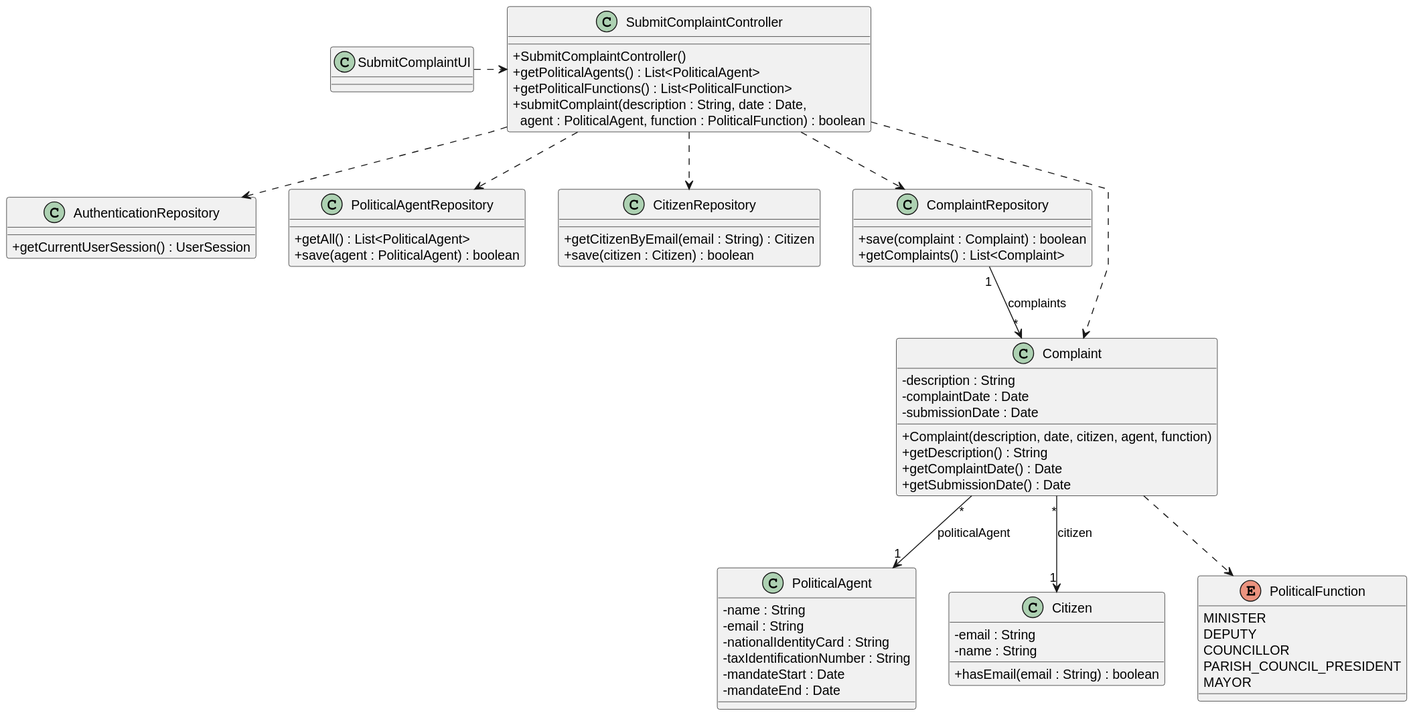
brunodspinto/crystal-clear-platform keeps this PlantUML diagram as docs/system-documentation/US12/03.design/svg/US12-CD.svg. Above is the earlier version.
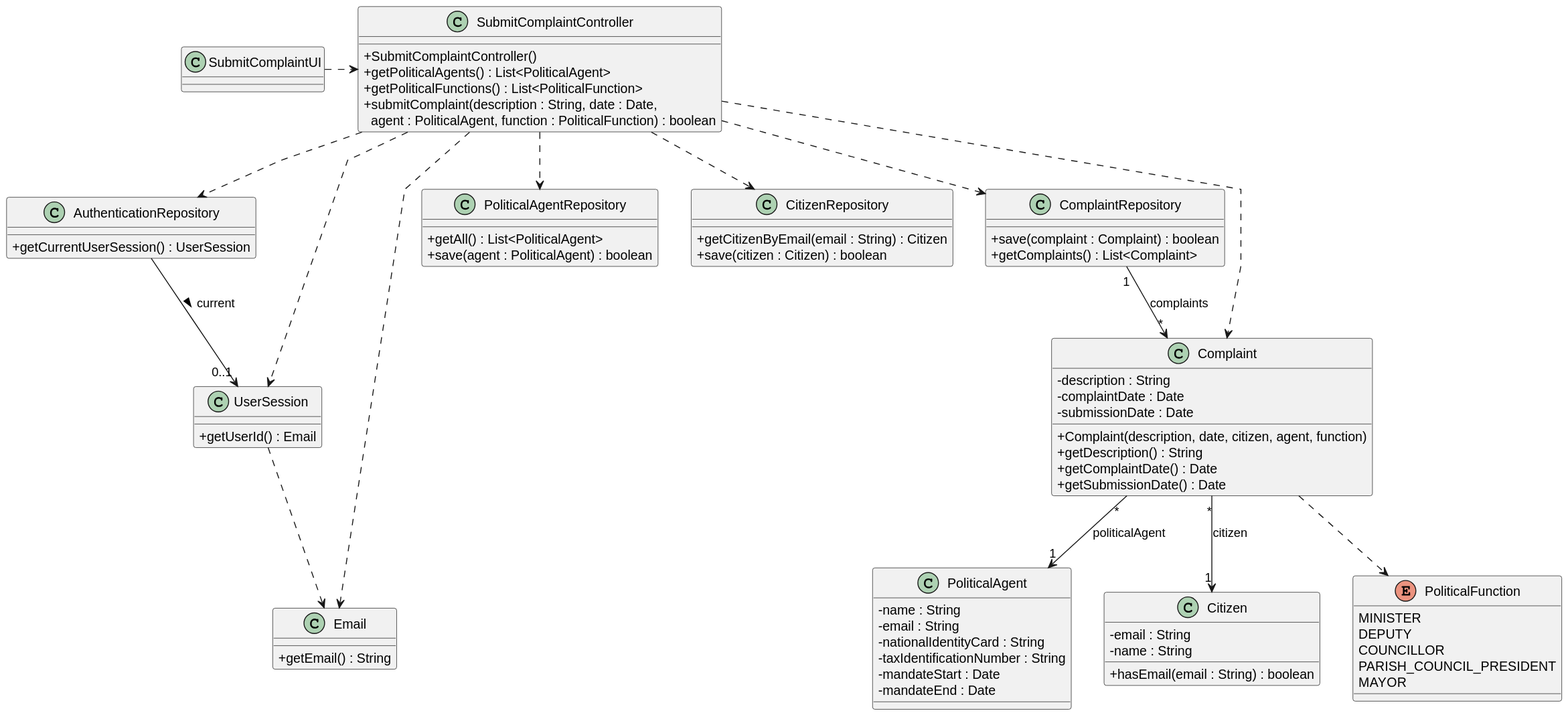
Later version of the same file.

What changed in the source:
```diff
@@ -18,7 +18,13 @@
     + getCurrentUserSession() : UserSession
 }
 
+class UserSession {
+    + getUserId() : Email
+}
 
+class Email {
+    + getEmail() : String
+}
 
 class PoliticalAgentRepository {
     + getAll() : List<PoliticalAgent>
@@ -74,7 +80,12 @@
 SubmitComplaintController ..> CitizenRepository
 SubmitComplaintController ..> ComplaintRepository
 SubmitComplaintController ..> AuthenticationRepository
+SubmitComplaintController ..> UserSession
+SubmitComplaintController ..> Email
 SubmitComplaintController ..> Complaint
+
+AuthenticationRepository --> "0..1" UserSession : current >
+UserSession ..> Email
 
 ComplaintRepository "1" --> "*" Complaint : complaints
 
```
